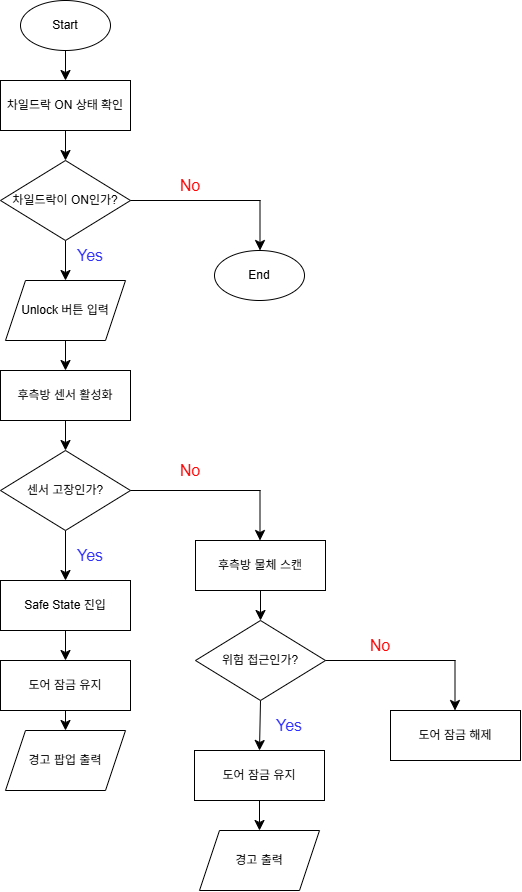
Earlier version of the draw.io export diagram/flowchart/UC1_노진영.png (nohjinyoung/MBP-T03-ChildLock). Source tidied: cells renumbered, new cells last; positions are measured from the earlier drawing's top-left corner, leaving out a move shared by most shapes. Source of this version:
```xml
<mxGraphModel>
  <root>
    <mxCell id="0" />
    <mxCell id="1" parent="0" />
    <mxCell id="2" style="edgeStyle=none;curved=1;rounded=0;jettySize=auto;html=1;exitX=0.5;exitY=1;exitDx=0;exitDy=0;entryX=0.5;entryY=0;entryDx=0;entryDy=0;fontSize=12;startSize=8;endSize=8;" parent="1" edge="1" source="3" target="5">
      <mxGeometry relative="1" as="geometry" />
    </mxCell>
    <mxCell id="3" value="Start" style="ellipse;whiteSpace=wrap;html=1;" parent="1" vertex="1">
      <mxGeometry x="20" width="90" height="50" as="geometry" />
    </mxCell>
    <mxCell id="4" style="edgeStyle=none;curved=1;rounded=0;jettySize=auto;html=1;exitX=0.5;exitY=1;exitDx=0;exitDy=0;entryX=0.5;entryY=0;entryDx=0;entryDy=0;fontSize=12;startSize=8;endSize=8;" parent="1" edge="1" source="5" target="7">
      <mxGeometry relative="1" as="geometry" />
    </mxCell>
    <mxCell id="5" value="차일드락 ON 상태 확인" style="rounded=0;whiteSpace=wrap;html=1;" parent="1" vertex="1">
      <mxGeometry y="80" width="130" height="50" as="geometry" />
    </mxCell>
    <mxCell id="6" style="edgeStyle=none;curved=1;rounded=0;jettySize=auto;html=1;exitX=0.5;exitY=1;exitDx=0;exitDy=0;entryX=0.5;entryY=0;entryDx=0;entryDy=0;fontSize=12;startSize=8;endSize=8;" parent="1" edge="1" source="7" target="9">
      <mxGeometry relative="1" as="geometry" />
    </mxCell>
    <mxCell id="7" value="차일드락이 ON인가?" style="rhombus;whiteSpace=wrap;html=1;" parent="1" vertex="1">
      <mxGeometry y="160" width="130" height="80" as="geometry" />
    </mxCell>
    <mxCell id="8" style="edgeStyle=none;curved=1;rounded=0;jettySize=auto;html=1;exitX=0.5;exitY=1;exitDx=0;exitDy=0;entryX=0.5;entryY=0;entryDx=0;entryDy=0;fontSize=12;startSize=8;endSize=8;" parent="1" edge="1" source="9" target="11">
      <mxGeometry relative="1" as="geometry" />
    </mxCell>
    <mxCell id="9" value="Unlock 버튼 입력" style="shape=parallelogram;perimeter=parallelogramPerimeter;whiteSpace=wrap;html=1;fixedSize=1;" parent="1" vertex="1">
      <mxGeometry x="5" y="280" width="120" height="60" as="geometry" />
    </mxCell>
    <mxCell id="10" style="edgeStyle=none;curved=1;rounded=0;jettySize=auto;html=1;exitX=0.5;exitY=1;exitDx=0;exitDy=0;entryX=0.5;entryY=0;entryDx=0;entryDy=0;fontSize=12;startSize=8;endSize=8;" parent="1" edge="1" source="11" target="13">
      <mxGeometry relative="1" as="geometry" />
    </mxCell>
    <mxCell id="11" value="후측방 센서 활성화" style="rounded=0;whiteSpace=wrap;html=1;" parent="1" vertex="1">
      <mxGeometry y="370" width="130" height="50" as="geometry" />
    </mxCell>
    <mxCell id="12" style="edgeStyle=none;curved=1;rounded=0;jettySize=auto;html=1;exitX=0.5;exitY=1;exitDx=0;exitDy=0;entryX=0.5;entryY=0;entryDx=0;entryDy=0;fontSize=12;startSize=8;endSize=8;" parent="1" edge="1" source="13" target="15">
      <mxGeometry relative="1" as="geometry" />
    </mxCell>
    <mxCell id="13" value="센서 고장인가?" style="rhombus;whiteSpace=wrap;html=1;" parent="1" vertex="1">
      <mxGeometry y="450" width="130" height="80" as="geometry" />
    </mxCell>
    <mxCell id="14" style="edgeStyle=none;curved=1;rounded=0;jettySize=auto;html=1;exitX=0.5;exitY=1;exitDx=0;exitDy=0;fontSize=12;startSize=8;endSize=8;" parent="1" edge="1" source="15" target="17">
      <mxGeometry relative="1" as="geometry" />
    </mxCell>
    <mxCell id="15" value="Safe State 진입" style="rounded=0;whiteSpace=wrap;html=1;" parent="1" vertex="1">
      <mxGeometry y="580" width="130" height="50" as="geometry" />
    </mxCell>
    <mxCell id="16" style="edgeStyle=none;curved=1;rounded=0;jettySize=auto;html=1;exitX=0.5;exitY=1;exitDx=0;exitDy=0;entryX=0.5;entryY=0;entryDx=0;entryDy=0;fontSize=12;startSize=8;endSize=8;" parent="1" edge="1" source="17" target="18">
      <mxGeometry relative="1" as="geometry" />
    </mxCell>
    <mxCell id="17" value="도어 잠금 유지" style="rounded=0;whiteSpace=wrap;html=1;" parent="1" vertex="1">
      <mxGeometry y="660" width="130" height="50" as="geometry" />
    </mxCell>
    <mxCell id="18" value="경고 팝업 출력" style="shape=parallelogram;perimeter=parallelogramPerimeter;whiteSpace=wrap;html=1;fixedSize=1;" parent="1" vertex="1">
      <mxGeometry x="5" y="730" width="120" height="60" as="geometry" />
    </mxCell>
    <mxCell id="19" style="edgeStyle=none;curved=1;rounded=0;jettySize=auto;html=1;exitX=0.5;exitY=1;exitDx=0;exitDy=0;entryX=0.5;entryY=0;entryDx=0;entryDy=0;fontSize=12;startSize=8;endSize=8;" parent="1" edge="1" source="20" target="24">
      <mxGeometry relative="1" as="geometry" />
    </mxCell>
    <mxCell id="20" value="후측방 물체 스캔" style="rounded=0;whiteSpace=wrap;html=1;" parent="1" vertex="1">
      <mxGeometry x="195" y="540" width="130" height="50" as="geometry" />
    </mxCell>
    <mxCell id="21" style="endArrow=none;html=1;rounded=0;fontSize=12;startSize=8;endSize=8;curved=1;exitX=1;exitY=0.5;exitDx=0;exitDy=0;" parent="1" edge="1">
      <mxGeometry relative="1" as="geometry">
        <mxPoint x="130" y="490" as="sourcePoint" />
        <mxPoint x="260" y="490" as="targetPoint" />
      </mxGeometry>
    </mxCell>
    <mxCell id="22" style="endArrow=classic;html=1;rounded=0;fontSize=12;startSize=8;endSize=8;curved=1;" parent="1" edge="1">
      <mxGeometry relative="1" as="geometry">
        <mxPoint x="259.5" y="490" as="sourcePoint" />
        <mxPoint x="259.5" y="540" as="targetPoint" />
      </mxGeometry>
    </mxCell>
    <mxCell id="23" style="edgeStyle=none;curved=1;rounded=0;jettySize=auto;html=1;exitX=0.5;exitY=1;exitDx=0;exitDy=0;entryX=0.5;entryY=0;entryDx=0;entryDy=0;fontSize=12;startSize=8;endSize=8;" parent="1" edge="1" source="24" target="29">
      <mxGeometry relative="1" as="geometry" />
    </mxCell>
    <mxCell id="24" value="위험 접근인가?" style="rhombus;whiteSpace=wrap;html=1;" parent="1" vertex="1">
      <mxGeometry x="195" y="620" width="130" height="80" as="geometry" />
    </mxCell>
    <mxCell id="25" value="도어 잠금 해제" style="rounded=0;whiteSpace=wrap;html=1;" parent="1" vertex="1">
      <mxGeometry x="390" y="710" width="130" height="50" as="geometry" />
    </mxCell>
    <mxCell id="26" style="endArrow=none;html=1;rounded=0;fontSize=12;startSize=8;endSize=8;curved=1;exitX=1;exitY=0.5;exitDx=0;exitDy=0;" parent="1" edge="1">
      <mxGeometry relative="1" as="geometry">
        <mxPoint x="325" y="660" as="sourcePoint" />
        <mxPoint x="455" y="660" as="targetPoint" />
      </mxGeometry>
    </mxCell>
    <mxCell id="27" style="endArrow=classic;html=1;rounded=0;fontSize=12;startSize=8;endSize=8;curved=1;" parent="1" edge="1">
      <mxGeometry relative="1" as="geometry">
        <mxPoint x="454.5" y="660" as="sourcePoint" />
        <mxPoint x="454.5" y="710" as="targetPoint" />
      </mxGeometry>
    </mxCell>
    <mxCell id="28" style="edgeStyle=none;curved=1;rounded=0;jettySize=auto;html=1;exitX=0.5;exitY=1;exitDx=0;exitDy=0;entryX=0.5;entryY=0;entryDx=0;entryDy=0;fontSize=12;startSize=8;endSize=8;" parent="1" edge="1" source="29" target="30">
      <mxGeometry relative="1" as="geometry" />
    </mxCell>
    <mxCell id="29" value="도어 잠금 유지" style="rounded=0;whiteSpace=wrap;html=1;" parent="1" vertex="1">
      <mxGeometry x="194" y="750" width="130" height="50" as="geometry" />
    </mxCell>
    <mxCell id="30" value="경고 출력" style="shape=parallelogram;perimeter=parallelogramPerimeter;whiteSpace=wrap;html=1;fixedSize=1;" parent="1" vertex="1">
      <mxGeometry x="199" y="830" width="120" height="60" as="geometry" />
    </mxCell>
    <mxCell id="31" value="End" style="ellipse;whiteSpace=wrap;html=1;" parent="1" vertex="1">
      <mxGeometry x="214" y="250" width="90" height="50" as="geometry" />
    </mxCell>
    <mxCell id="32" style="endArrow=none;html=1;rounded=0;fontSize=12;startSize=8;endSize=8;curved=1;exitX=1;exitY=0.5;exitDx=0;exitDy=0;" parent="1" edge="1">
      <mxGeometry relative="1" as="geometry">
        <mxPoint x="130" y="200" as="sourcePoint" />
        <mxPoint x="260" y="200" as="targetPoint" />
      </mxGeometry>
    </mxCell>
    <mxCell id="33" style="endArrow=classic;html=1;rounded=0;fontSize=12;startSize=8;endSize=8;curved=1;" parent="1" edge="1">
      <mxGeometry relative="1" as="geometry">
        <mxPoint x="259.5" y="200" as="sourcePoint" />
        <mxPoint x="259.5" y="250" as="targetPoint" />
      </mxGeometry>
    </mxCell>
    <mxCell id="34" value="No" style="text;html=1;whiteSpace=wrap;strokeColor=none;fillColor=none;align=center;verticalAlign=middle;rounded=0;fontSize=16;fontColor=light-dark(#fb0909, #ededed);" parent="1" vertex="1">
      <mxGeometry x="160" y="170" width="60" height="30" as="geometry" />
    </mxCell>
    <mxCell id="35" value="&lt;font style=&quot;color: rgb(50, 50, 255);&quot;&gt;Yes&lt;/font&gt;" style="text;html=1;whiteSpace=wrap;strokeColor=none;fillColor=none;align=center;verticalAlign=middle;rounded=0;fontSize=16;" parent="1" vertex="1">
      <mxGeometry x="60" y="240" width="60" height="30" as="geometry" />
    </mxCell>
    <mxCell id="36" value="&lt;font style=&quot;color: rgb(50, 50, 255);&quot;&gt;Yes&lt;/font&gt;" style="text;html=1;whiteSpace=wrap;strokeColor=none;fillColor=none;align=center;verticalAlign=middle;rounded=0;fontSize=16;" parent="1" vertex="1">
      <mxGeometry x="60" y="540" width="60" height="30" as="geometry" />
    </mxCell>
    <mxCell id="37" value="No" style="text;html=1;whiteSpace=wrap;strokeColor=none;fillColor=none;align=center;verticalAlign=middle;rounded=0;fontSize=16;fontColor=light-dark(#fb0909, #ededed);" parent="1" vertex="1">
      <mxGeometry x="160" y="455" width="60" height="30" as="geometry" />
    </mxCell>
    <mxCell id="38" value="No" style="text;html=1;whiteSpace=wrap;strokeColor=none;fillColor=none;align=center;verticalAlign=middle;rounded=0;fontSize=16;fontColor=light-dark(#fb0909, #ededed);" parent="1" vertex="1">
      <mxGeometry x="350" y="630" width="60" height="30" as="geometry" />
    </mxCell>
    <mxCell id="39" value="&lt;font style=&quot;color: rgb(50, 50, 255);&quot;&gt;Yes&lt;/font&gt;" style="text;html=1;whiteSpace=wrap;strokeColor=none;fillColor=none;align=center;verticalAlign=middle;rounded=0;fontSize=16;" parent="1" vertex="1">
      <mxGeometry x="259" y="710" width="60" height="30" as="geometry" />
    </mxCell>
  </root>
</mxGraphModel>
```
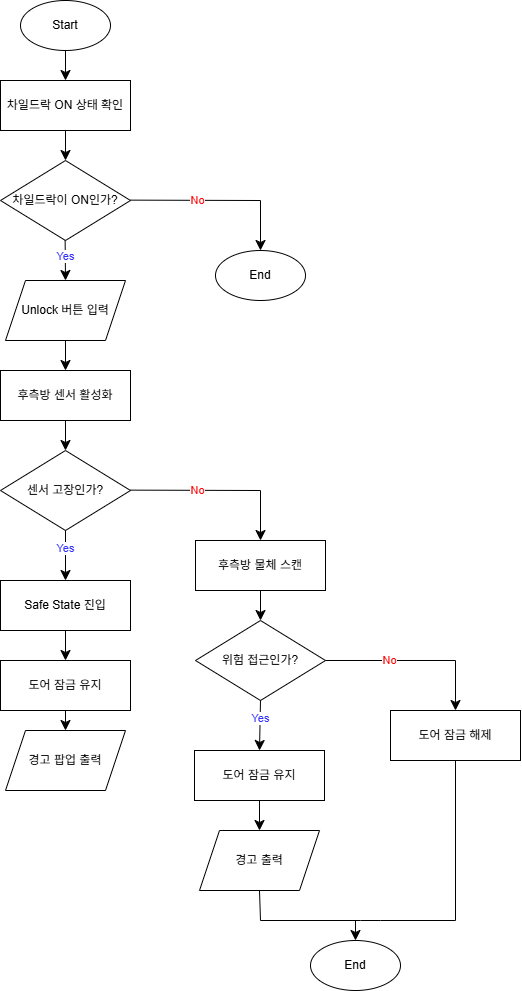
Later version of the same file.

Change to the diagram source:
```diff
@@ -14,9 +14,6 @@
     <mxCell id="5" value="차일드락 ON 상태 확인" style="rounded=0;whiteSpace=wrap;html=1;" parent="1" vertex="1">
       <mxGeometry y="80" width="130" height="50" as="geometry" />
     </mxCell>
-    <mxCell id="6" style="edgeStyle=none;curved=1;rounded=0;jettySize=auto;html=1;exitX=0.5;exitY=1;exitDx=0;exitDy=0;entryX=0.5;entryY=0;entryDx=0;entryDy=0;fontSize=12;startSize=8;endSize=8;" parent="1" edge="1" source="7" target="9">
-      <mxGeometry relative="1" as="geometry" />
-    </mxCell>
     <mxCell id="7" value="차일드락이 ON인가?" style="rhombus;whiteSpace=wrap;html=1;" parent="1" vertex="1">
       <mxGeometry y="160" width="130" height="80" as="geometry" />
     </mxCell>
@@ -32,9 +29,6 @@
     <mxCell id="11" value="후측방 센서 활성화" style="rounded=0;whiteSpace=wrap;html=1;" parent="1" vertex="1">
       <mxGeometry y="370" width="130" height="50" as="geometry" />
     </mxCell>
-    <mxCell id="12" style="edgeStyle=none;curved=1;rounded=0;jettySize=auto;html=1;exitX=0.5;exitY=1;exitDx=0;exitDy=0;entryX=0.5;entryY=0;entryDx=0;entryDy=0;fontSize=12;startSize=8;endSize=8;" parent="1" edge="1" source="13" target="15">
-      <mxGeometry relative="1" as="geometry" />
-    </mxCell>
     <mxCell id="13" value="센서 고장인가?" style="rhombus;whiteSpace=wrap;html=1;" parent="1" vertex="1">
       <mxGeometry y="450" width="130" height="80" as="geometry" />
     </mxCell>
@@ -59,80 +53,113 @@
     <mxCell id="20" value="후측방 물체 스캔" style="rounded=0;whiteSpace=wrap;html=1;" parent="1" vertex="1">
       <mxGeometry x="195" y="540" width="130" height="50" as="geometry" />
     </mxCell>
-    <mxCell id="21" style="endArrow=none;html=1;rounded=0;fontSize=12;startSize=8;endSize=8;curved=1;exitX=1;exitY=0.5;exitDx=0;exitDy=0;" parent="1" edge="1">
-      <mxGeometry relative="1" as="geometry">
-        <mxPoint x="130" y="490" as="sourcePoint" />
-        <mxPoint x="260" y="490" as="targetPoint" />
-      </mxGeometry>
-    </mxCell>
-    <mxCell id="22" style="endArrow=classic;html=1;rounded=0;fontSize=12;startSize=8;endSize=8;curved=1;" parent="1" edge="1">
-      <mxGeometry relative="1" as="geometry">
-        <mxPoint x="259.5" y="490" as="sourcePoint" />
-        <mxPoint x="259.5" y="540" as="targetPoint" />
-      </mxGeometry>
-    </mxCell>
-    <mxCell id="23" style="edgeStyle=none;curved=1;rounded=0;jettySize=auto;html=1;exitX=0.5;exitY=1;exitDx=0;exitDy=0;entryX=0.5;entryY=0;entryDx=0;entryDy=0;fontSize=12;startSize=8;endSize=8;" parent="1" edge="1" source="24" target="29">
-      <mxGeometry relative="1" as="geometry" />
-    </mxCell>
     <mxCell id="24" value="위험 접근인가?" style="rhombus;whiteSpace=wrap;html=1;" parent="1" vertex="1">
       <mxGeometry x="195" y="620" width="130" height="80" as="geometry" />
     </mxCell>
+    <mxCell id="40" style="edgeStyle=none;curved=0;rounded=0;jettySize=auto;html=1;exitX=0.5;exitY=1;exitDx=0;exitDy=0;fontSize=12;startSize=8;endSize=8;endArrow=none;endFill=0;" parent="1" edge="1" source="25">
+      <mxGeometry relative="1" as="geometry">
+        <mxPoint x="360" y="920" as="targetPoint" />
+        <Array as="points">
+          <mxPoint x="455" y="920" />
+          <mxPoint x="380" y="920" />
+        </Array>
+      </mxGeometry>
+    </mxCell>
     <mxCell id="25" value="도어 잠금 해제" style="rounded=0;whiteSpace=wrap;html=1;" parent="1" vertex="1">
       <mxGeometry x="390" y="710" width="130" height="50" as="geometry" />
     </mxCell>
-    <mxCell id="26" style="endArrow=none;html=1;rounded=0;fontSize=12;startSize=8;endSize=8;curved=1;exitX=1;exitY=0.5;exitDx=0;exitDy=0;" parent="1" edge="1">
-      <mxGeometry relative="1" as="geometry">
-        <mxPoint x="325" y="660" as="sourcePoint" />
-        <mxPoint x="455" y="660" as="targetPoint" />
-      </mxGeometry>
-    </mxCell>
-    <mxCell id="27" style="endArrow=classic;html=1;rounded=0;fontSize=12;startSize=8;endSize=8;curved=1;" parent="1" edge="1">
-      <mxGeometry relative="1" as="geometry">
-        <mxPoint x="454.5" y="660" as="sourcePoint" />
-        <mxPoint x="454.5" y="710" as="targetPoint" />
-      </mxGeometry>
-    </mxCell>
     <mxCell id="28" style="edgeStyle=none;curved=1;rounded=0;jettySize=auto;html=1;exitX=0.5;exitY=1;exitDx=0;exitDy=0;entryX=0.5;entryY=0;entryDx=0;entryDy=0;fontSize=12;startSize=8;endSize=8;" parent="1" edge="1" source="29" target="30">
       <mxGeometry relative="1" as="geometry" />
     </mxCell>
     <mxCell id="29" value="도어 잠금 유지" style="rounded=0;whiteSpace=wrap;html=1;" parent="1" vertex="1">
       <mxGeometry x="194" y="750" width="130" height="50" as="geometry" />
     </mxCell>
+    <mxCell id="41" style="edgeStyle=none;curved=0;rounded=0;jettySize=auto;html=1;exitX=0.5;exitY=1;exitDx=0;exitDy=0;fontSize=12;startSize=8;endSize=8;endArrow=none;endFill=0;" parent="1" edge="1" source="30">
+      <mxGeometry relative="1" as="geometry">
+        <mxPoint x="360" y="920" as="targetPoint" />
+        <Array as="points">
+          <mxPoint x="260" y="920" />
+        </Array>
+      </mxGeometry>
+    </mxCell>
     <mxCell id="30" value="경고 출력" style="shape=parallelogram;perimeter=parallelogramPerimeter;whiteSpace=wrap;html=1;fixedSize=1;" parent="1" vertex="1">
       <mxGeometry x="199" y="830" width="120" height="60" as="geometry" />
     </mxCell>
     <mxCell id="31" value="End" style="ellipse;whiteSpace=wrap;html=1;" parent="1" vertex="1">
-      <mxGeometry x="214" y="250" width="90" height="50" as="geometry" />
+      <mxGeometry x="215" y="250" width="90" height="50" as="geometry" />
     </mxCell>
-    <mxCell id="32" style="endArrow=none;html=1;rounded=0;fontSize=12;startSize=8;endSize=8;curved=1;exitX=1;exitY=0.5;exitDx=0;exitDy=0;" parent="1" edge="1">
-      <mxGeometry relative="1" as="geometry">
-        <mxPoint x="130" y="200" as="sourcePoint" />
-        <mxPoint x="260" y="200" as="targetPoint" />
-      </mxGeometry>
-    </mxCell>
-    <mxCell id="33" style="endArrow=classic;html=1;rounded=0;fontSize=12;startSize=8;endSize=8;curved=1;" parent="1" edge="1">
-      <mxGeometry relative="1" as="geometry">
-        <mxPoint x="259.5" y="200" as="sourcePoint" />
-        <mxPoint x="259.5" y="250" as="targetPoint" />
-      </mxGeometry>
-    </mxCell>
-    <mxCell id="34" value="No" style="text;html=1;whiteSpace=wrap;strokeColor=none;fillColor=none;align=center;verticalAlign=middle;rounded=0;fontSize=16;fontColor=light-dark(#fb0909, #ededed);" parent="1" vertex="1">
-      <mxGeometry x="160" y="170" width="60" height="30" as="geometry" />
-    </mxCell>
-    <mxCell id="35" value="&lt;font style=&quot;color: rgb(50, 50, 255);&quot;&gt;Yes&lt;/font&gt;" style="text;html=1;whiteSpace=wrap;strokeColor=none;fillColor=none;align=center;verticalAlign=middle;rounded=0;fontSize=16;" parent="1" vertex="1">
-      <mxGeometry x="60" y="240" width="60" height="30" as="geometry" />
-    </mxCell>
-    <mxCell id="36" value="&lt;font style=&quot;color: rgb(50, 50, 255);&quot;&gt;Yes&lt;/font&gt;" style="text;html=1;whiteSpace=wrap;strokeColor=none;fillColor=none;align=center;verticalAlign=middle;rounded=0;fontSize=16;" parent="1" vertex="1">
-      <mxGeometry x="60" y="540" width="60" height="30" as="geometry" />
-    </mxCell>
-    <mxCell id="37" value="No" style="text;html=1;whiteSpace=wrap;strokeColor=none;fillColor=none;align=center;verticalAlign=middle;rounded=0;fontSize=16;fontColor=light-dark(#fb0909, #ededed);" parent="1" vertex="1">
-      <mxGeometry x="160" y="455" width="60" height="30" as="geometry" />
-    </mxCell>
-    <mxCell id="38" value="No" style="text;html=1;whiteSpace=wrap;strokeColor=none;fillColor=none;align=center;verticalAlign=middle;rounded=0;fontSize=16;fontColor=light-dark(#fb0909, #ededed);" parent="1" vertex="1">
-      <mxGeometry x="350" y="630" width="60" height="30" as="geometry" />
-    </mxCell>
-    <mxCell id="39" value="&lt;font style=&quot;color: rgb(50, 50, 255);&quot;&gt;Yes&lt;/font&gt;" style="text;html=1;whiteSpace=wrap;strokeColor=none;fillColor=none;align=center;verticalAlign=middle;rounded=0;fontSize=16;" parent="1" vertex="1">
-      <mxGeometry x="259" y="710" width="60" height="30" as="geometry" />
-    </mxCell>
+    <mxCell id="42" style="edgeStyle=none;curved=1;rounded=0;jettySize=auto;html=1;fontSize=12;startSize=8;endSize=8;endArrow=none;endFill=0;startArrow=classic;startFill=1;" parent="1" edge="1" source="43">
+      <mxGeometry relative="1" as="geometry">
+        <mxPoint x="355" y="920" as="targetPoint" />
+      </mxGeometry>
+    </mxCell>
+    <mxCell id="43" value="End" style="ellipse;whiteSpace=wrap;html=1;" parent="1" vertex="1">
+      <mxGeometry x="310" y="940" width="90" height="50" as="geometry" />
+    </mxCell>
+    <mxCell id="23" style="endArrow=classic;html=1;rounded=0;fontSize=12;startSize=8;endSize=8;curved=1;exitX=0.5;exitY=1;exitDx=0;exitDy=0;entryX=0.5;entryY=0;entryDx=0;entryDy=0;" parent="1" edge="1" source="24" target="29">
+      <mxGeometry relative="1" as="geometry" />
+    </mxCell>
+    <mxCell id="44" value="&lt;font style=&quot;color: rgb(50, 50, 255);&quot;&gt;Yes&lt;/font&gt;" style="edgeLabel;html=1;align=center;verticalAlign=middle;" parent="23" vertex="1">
+      <mxGeometry relative="1" as="geometry">
+        <mxPoint y="-8" as="offset" />
+      </mxGeometry>
+    </mxCell>
+    <mxCell id="45" style="endArrow=classic;html=1;rounded=0;fontSize=12;startSize=8;endSize=8;curved=0;exitX=1;exitY=0.5;exitDx=0;exitDy=0;entryX=0.5;entryY=0;entryDx=0;entryDy=0;" parent="1" edge="1" source="24" target="25">
+      <mxGeometry relative="1" as="geometry">
+        <Array as="points">
+          <mxPoint x="455" y="660" />
+        </Array>
+      </mxGeometry>
+    </mxCell>
+    <mxCell id="46" value="&lt;font style=&quot;color: rgb(255, 0, 0);&quot;&gt;No&lt;/font&gt;" style="edgeLabel;html=1;align=center;verticalAlign=middle;" parent="45" vertex="1">
+      <mxGeometry relative="1" as="geometry">
+        <mxPoint x="-27" as="offset" />
+      </mxGeometry>
+    </mxCell>
+    <mxCell id="12" style="endArrow=classic;html=1;rounded=0;fontSize=12;startSize=8;endSize=8;curved=1;exitX=0.5;exitY=1;exitDx=0;exitDy=0;entryX=0.5;entryY=0;entryDx=0;entryDy=0;" parent="1" edge="1" source="13" target="15">
+      <mxGeometry relative="1" as="geometry" />
+    </mxCell>
+    <mxCell id="47" value="&lt;font style=&quot;color: rgb(50, 50, 255);&quot;&gt;Yes&lt;/font&gt;" style="edgeLabel;html=1;align=center;verticalAlign=middle;" parent="12" vertex="1">
+      <mxGeometry relative="1" as="geometry">
+        <mxPoint y="-8" as="offset" />
+      </mxGeometry>
+    </mxCell>
+    <mxCell id="48" style="endArrow=classic;html=1;rounded=0;fontSize=12;startSize=8;endSize=8;curved=0;entryX=0.5;entryY=0;entryDx=0;entryDy=0;" parent="1" edge="1" target="20">
+      <mxGeometry relative="1" as="geometry">
+        <mxPoint x="130" y="489.6" as="sourcePoint" />
+        <Array as="points">
+          <mxPoint x="260" y="490" />
+        </Array>
+      </mxGeometry>
+    </mxCell>
+    <mxCell id="49" value="&lt;font color=&quot;#ff0000&quot;&gt;No&lt;/font&gt;" style="edgeLabel;html=1;align=center;verticalAlign=middle;" parent="48" vertex="1">
+      <mxGeometry relative="1" as="geometry">
+        <mxPoint x="-24" as="offset" />
+      </mxGeometry>
+    </mxCell>
+    <mxCell id="50" style="endArrow=classic;html=1;rounded=0;fontSize=12;startSize=8;endSize=8;curved=0;entryX=0.5;entryY=0;entryDx=0;entryDy=0;" parent="1" edge="1">
+      <mxGeometry relative="1" as="geometry">
+        <mxPoint x="130" y="199.6" as="sourcePoint" />
+        <mxPoint x="260" y="250" as="targetPoint" />
+        <Array as="points">
+          <mxPoint x="260" y="200" />
+        </Array>
+      </mxGeometry>
+    </mxCell>
+    <mxCell id="51" value="&lt;font color=&quot;#ff0000&quot;&gt;No&lt;/font&gt;" style="edgeLabel;html=1;align=center;verticalAlign=middle;" parent="50" vertex="1">
+      <mxGeometry relative="1" as="geometry">
+        <mxPoint x="-24" as="offset" />
+      </mxGeometry>
+    </mxCell>
+    <mxCell id="52" style="endArrow=classic;html=1;rounded=0;fontSize=12;startSize=8;endSize=8;curved=1;exitX=0.5;exitY=1;exitDx=0;exitDy=0;entryX=0.5;entryY=0;entryDx=0;entryDy=0;" parent="1" edge="1" target="9">
+      <mxGeometry relative="1" as="geometry">
+        <mxPoint x="64.6" y="240" as="sourcePoint" />
+      </mxGeometry>
+    </mxCell>
+    <mxCell id="53" value="&lt;font style=&quot;color: rgb(50, 50, 255);&quot;&gt;Yes&lt;/font&gt;" style="edgeLabel;html=1;align=center;verticalAlign=middle;" parent="52" vertex="1">
+      <mxGeometry relative="1" as="geometry">
+        <mxPoint y="-4" as="offset" />
+      </mxGeometry>
+    </mxCell>
   </root>
 </mxGraphModel>
```
